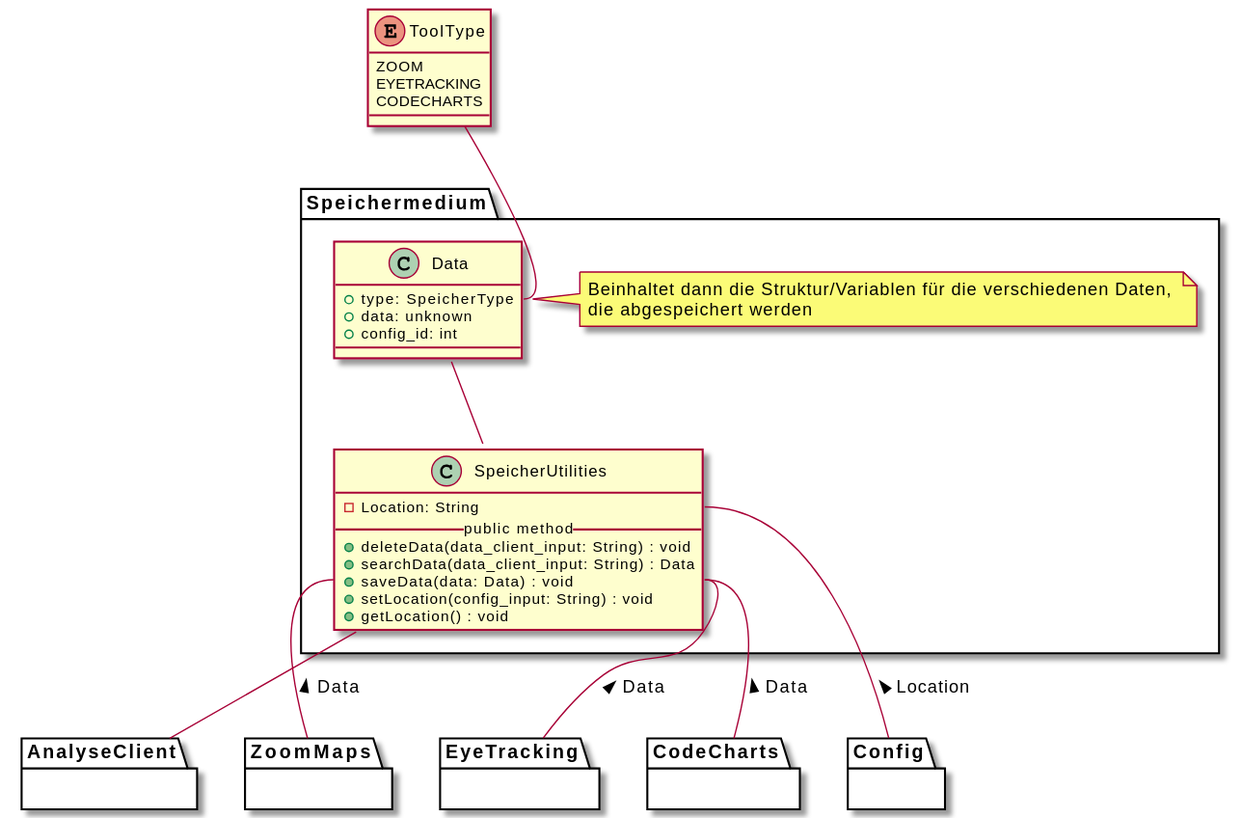
This is meilenstein_03/uml-speichermedium/speichermedium.svg from weichware10/meilensteine, a PlantUML export, as it was before one commit.
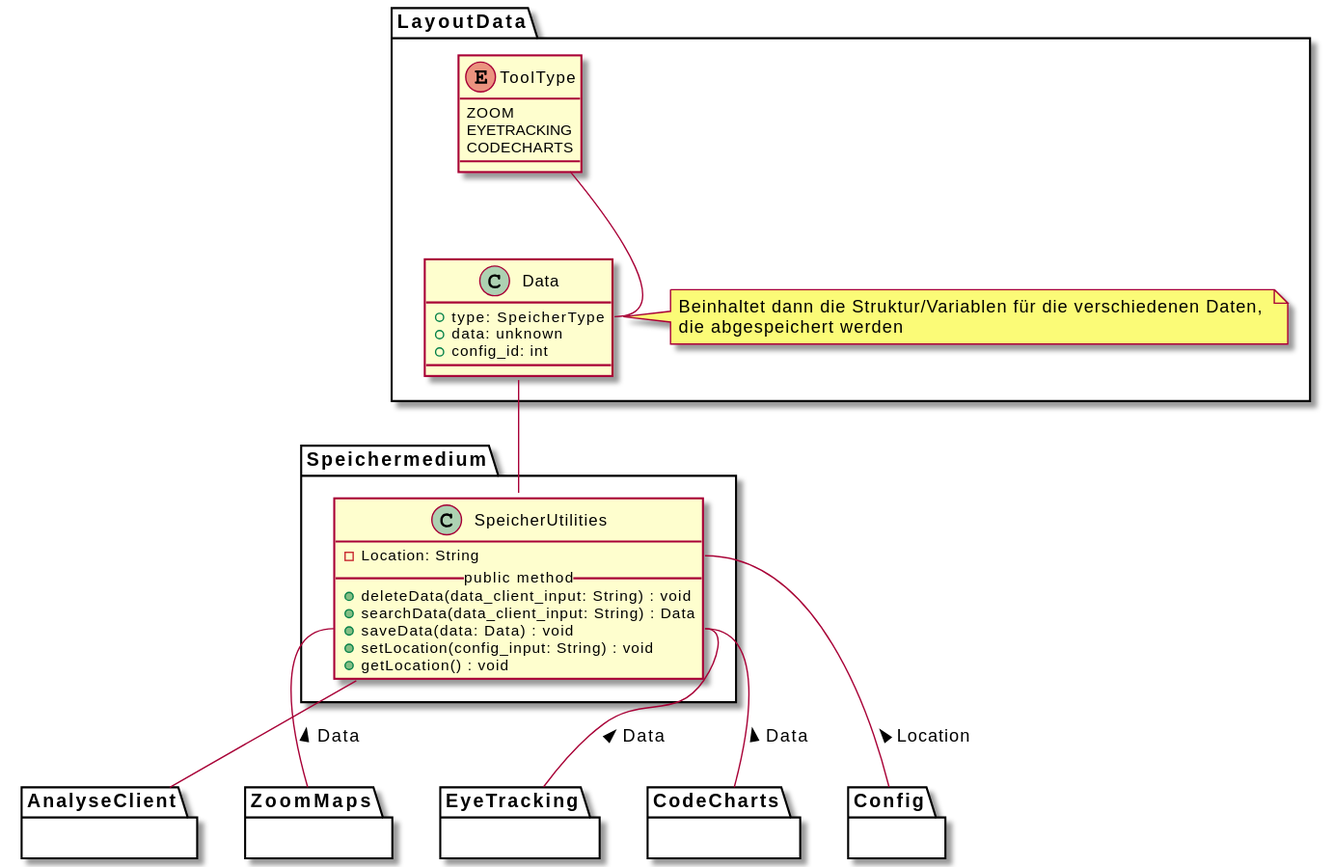
The same file after the commit.

Commit message:
Render PlantUML SVGs

What changed in the source:
```diff
@@ -10,21 +10,7 @@
          + getLocation() : void
      }
 
-      class Data {
-         + type: SpeicherType
-         + data: unknown
-         + config_id: int
-      }
 
-      note right of Data
-         Beinhaltet dann die Struktur/Variablen für die verschiedenen Daten,
-         die abgespeichert werden
-      end note
-
-
-
-
-      Data -- SpeicherUtilities
 
      SpeicherUtilities::Location -- Config : < Location
      SpeicherUtilities::saveData -- CodeCharts : < Data
@@ -32,6 +18,24 @@
      SpeicherUtilities::saveData -- EyeTracking : < Data
      SpeicherUtilities -- AnalyseClient
 }
+
+package LayoutData {
+
+class Data {
+   + type: SpeicherType
+   + data: unknown
+   + config_id: int
+}
+
+note right of Data
+   Beinhaltet dann die Struktur/Variablen für die verschiedenen Daten,
+   die abgespeichert werden
+end note
+
+
+
+
+Data -- SpeicherUtilities
 
 ToolType -- Data::type
 
@@ -41,6 +45,7 @@
          CODECHARTS
       }
 
+}
  package Config {}
 
  package CodeCharts {}
```
